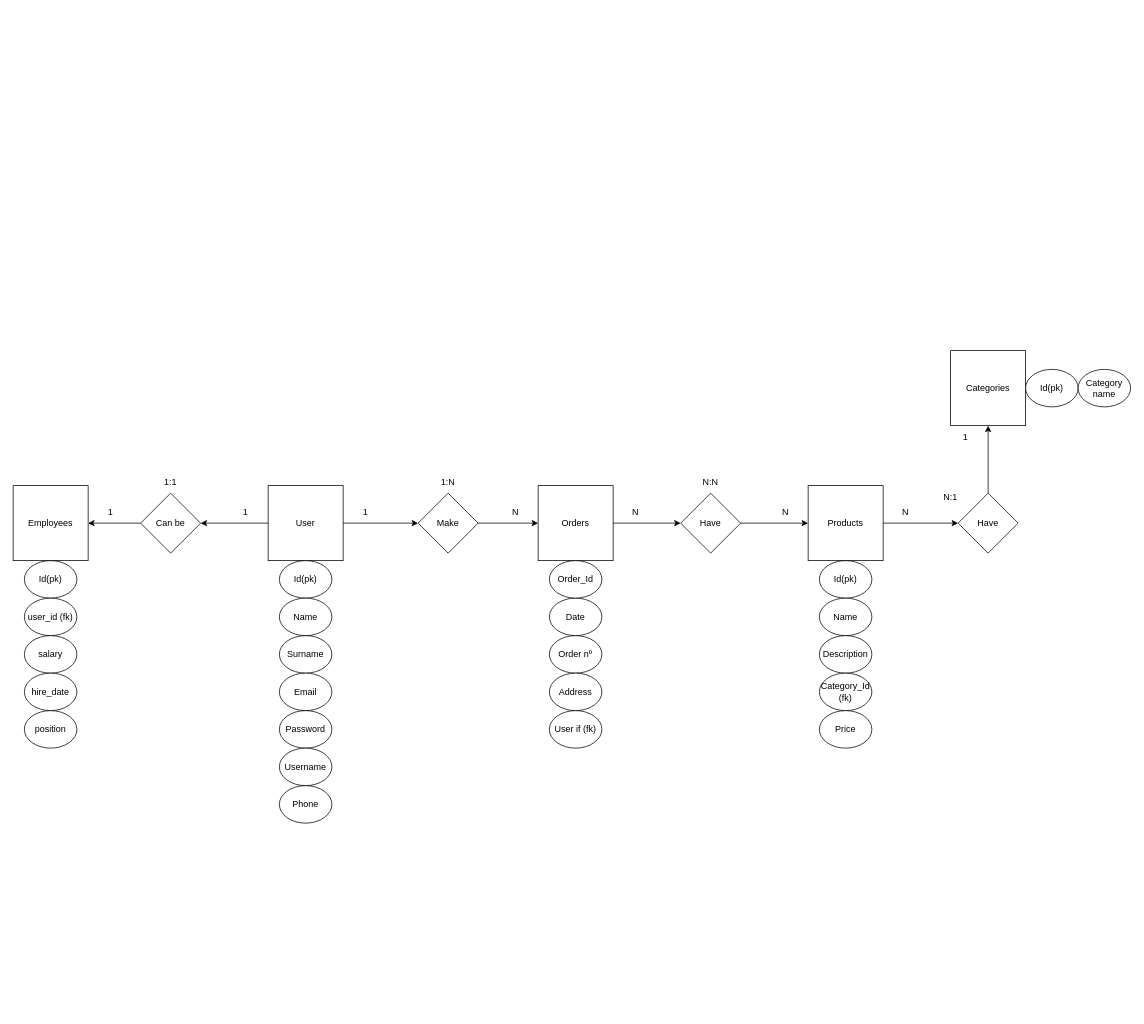
Earlier version of the draw.io diagram page "Página-1" (2 of 2) of modelo_DDBB.drawio (Rakions/proyecto-final). Source tidied: cells renumbered, new cells numbered last; positions are measured from the earlier drawing's top-left corner, leaving out a move shared by most shapes. Both pictures are drawn from the tidied source at 75%, with x=0, y=0 at pixel (13, 350).
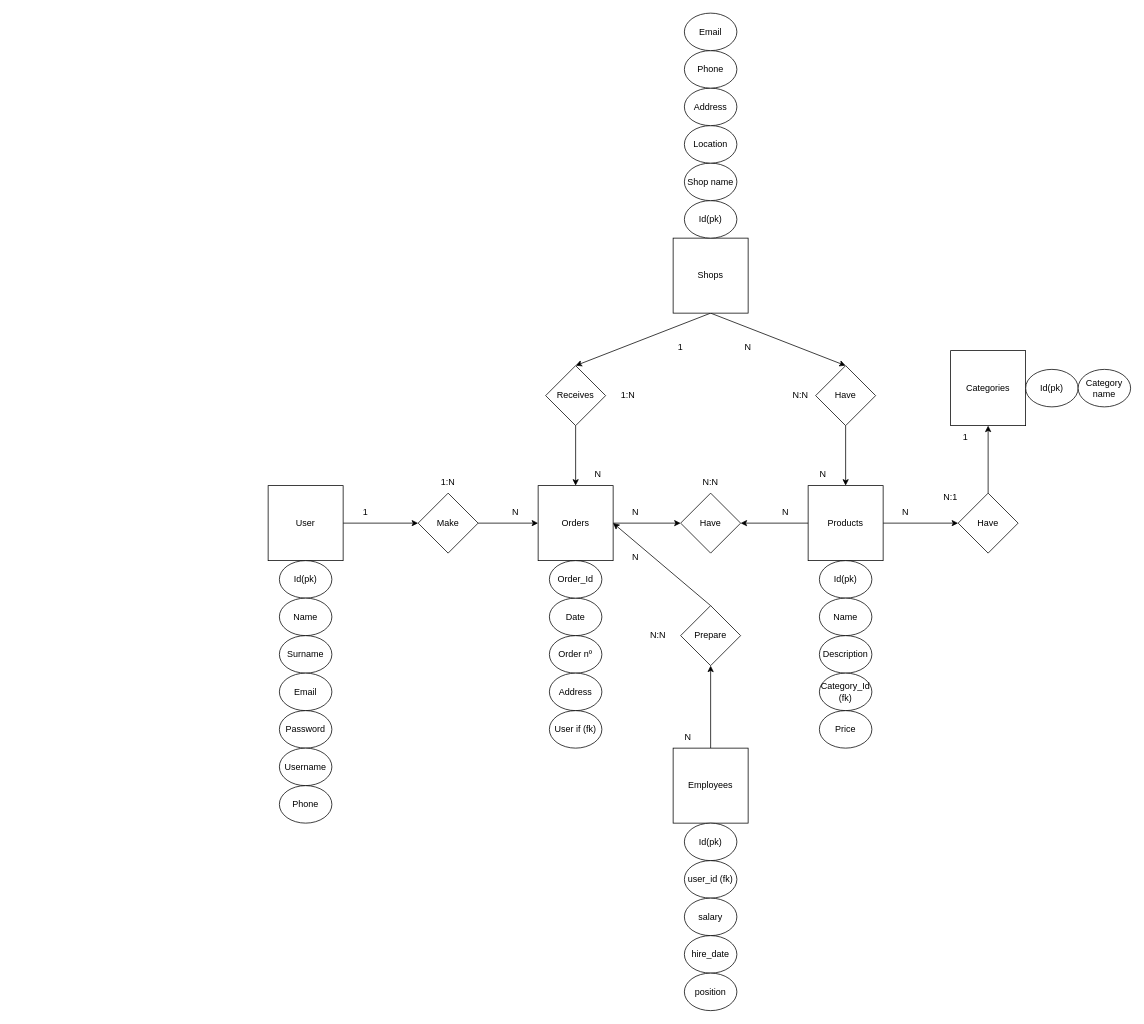
Above is the later version.

The change refers to these unchanged cells:
```xml
<mxCell id="4" value="User" style="whiteSpace=wrap;html=1;" parent="1" vertex="1">
  <mxGeometry x="340" y="180" width="100" height="100" as="geometry" />
</mxCell>
<mxCell id="13" value="Have" style="rhombus;whiteSpace=wrap;html=1;" parent="1" vertex="1">
  <mxGeometry x="890" y="190" width="80" height="80" as="geometry" />
</mxCell>
<mxCell id="15" value="Products" style="whiteSpace=wrap;html=1;" parent="1" vertex="1">
  <mxGeometry x="1060" y="180" width="100" height="100" as="geometry" />
</mxCell>
<mxCell id="31" value="Orders" style="whiteSpace=wrap;html=1;" parent="1" vertex="1">
  <mxGeometry x="700" y="180" width="100" height="100" as="geometry" />
</mxCell>
<mxCell id="47" value="N" style="text;html=1;strokeColor=none;fillColor=none;align=center;verticalAlign=middle;whiteSpace=wrap;rounded=0;" parent="1" vertex="1">
  <mxGeometry x="1000" y="200" width="60" height="30" as="geometry" />
</mxCell>
```

What changed in the source:
```diff
@@
-    <mxCell id="3" style="edgeStyle=none;html=1;exitX=0;exitY=0.5;exitDx=0;exitDy=0;entryX=1;entryY=0.5;entryDx=0;entryDy=0;" parent="1" edge="1" source="4" target="36">
-      <mxGeometry relative="1" as="geometry" />
-    </mxCell>
@@
-    <mxCell id="12" style="edgeStyle=none;html=1;exitX=1;exitY=0.5;exitDx=0;exitDy=0;entryX=0;entryY=0.5;entryDx=0;entryDy=0;" parent="1" edge="1" source="13" target="15">
-      <mxGeometry relative="1" as="geometry" />
-    </mxCell>
@@
-    <mxCell id="35" style="edgeStyle=none;html=1;exitX=0;exitY=0.5;exitDx=0;exitDy=0;entryX=1;entryY=0.5;entryDx=0;entryDy=0;" parent="1" edge="1" source="36" target="37">
-      <mxGeometry relative="1" as="geometry" />
-    </mxCell>
-    <mxCell id="36" value="Can be" style="rhombus;whiteSpace=wrap;html=1;" parent="1" vertex="1">
-      <mxGeometry x="170" y="190" width="80" height="80" as="geometry" />
-    </mxCell>
+    <mxCell id="55" style="edgeStyle=none;html=1;exitX=0.5;exitY=0;exitDx=0;exitDy=0;entryX=0.5;entryY=1;entryDx=0;entryDy=0;" parent="1" edge="1" source="37" target="58">
+      <mxGeometry relative="1" as="geometry" />
+    </mxCell>
     <mxCell id="37" value="Employees" style="whiteSpace=wrap;html=1;" parent="1" vertex="1">
-      <mxGeometry y="180" width="100" height="100" as="geometry" />
+      <mxGeometry x="880" y="530" width="100" height="100" as="geometry" />
     </mxCell>
     <mxCell id="38" value="Id(pk)" style="ellipse;whiteSpace=wrap;html=1;" parent="1" vertex="1">
-      <mxGeometry x="15" y="280" width="70" height="50" as="geometry" />
+      <mxGeometry x="895" y="630" width="70" height="50" as="geometry" />
     </mxCell>
     <mxCell id="39" value="user_id (fk)" style="ellipse;whiteSpace=wrap;html=1;" parent="1" vertex="1">
-      <mxGeometry x="15" y="330" width="70" height="50" as="geometry" />
+      <mxGeometry x="895" y="680" width="70" height="50" as="geometry" />
     </mxCell>
     <mxCell id="40" value="salary" style="ellipse;whiteSpace=wrap;html=1;" parent="1" vertex="1">
-      <mxGeometry x="15" y="380" width="70" height="50" as="geometry" />
+      <mxGeometry x="895" y="730" width="70" height="50" as="geometry" />
     </mxCell>
     <mxCell id="41" value="hire_date" style="ellipse;whiteSpace=wrap;html=1;" parent="1" vertex="1">
-      <mxGeometry x="15" y="430" width="70" height="50" as="geometry" />
+      <mxGeometry x="895" y="780" width="70" height="50" as="geometry" />
     </mxCell>
     <mxCell id="42" value="position" style="ellipse;whiteSpace=wrap;html=1;" parent="1" vertex="1">
-      <mxGeometry x="15" y="480" width="70" height="50" as="geometry" />
+      <mxGeometry x="895" y="830" width="70" height="50" as="geometry" />
     </mxCell>
-    <mxCell id="43" value="1" style="text;html=1;strokeColor=none;fillColor=none;align=center;verticalAlign=middle;whiteSpace=wrap;rounded=0;" parent="1" vertex="1">
-      <mxGeometry x="280" y="200" width="60" height="30" as="geometry" />
-    </mxCell>
-    <mxCell id="44" value="1" style="text;html=1;strokeColor=none;fillColor=none;align=center;verticalAlign=middle;whiteSpace=wrap;rounded=0;" parent="1" vertex="1">
-      <mxGeometry x="100" y="200" width="60" height="30" as="geometry" />
-    </mxCell>
@@
+    <mxCell id="56" style="edgeStyle=none;html=1;exitX=1;exitY=1;exitDx=0;exitDy=0;entryX=1;entryY=0.5;entryDx=0;entryDy=0;" parent="1" edge="1" source="47" target="13">
+      <mxGeometry relative="1" as="geometry" />
+    </mxCell>
@@
-    <mxCell id="54" value="1:1" style="text;html=1;strokeColor=none;fillColor=none;align=center;verticalAlign=middle;whiteSpace=wrap;rounded=0;" parent="1" vertex="1">
-      <mxGeometry x="180" y="160" width="60" height="30" as="geometry" />
-    </mxCell>
+    <mxCell id="57" style="edgeStyle=none;html=1;exitX=0.5;exitY=0;exitDx=0;exitDy=0;entryX=1;entryY=0.5;entryDx=0;entryDy=0;" parent="1" edge="1" source="58" target="31">
+      <mxGeometry relative="1" as="geometry" />
+    </mxCell>
+    <mxCell id="58" value="Prepare" style="rhombus;whiteSpace=wrap;html=1;" parent="1" vertex="1">
+      <mxGeometry x="890" y="340" width="80" height="80" as="geometry" />
+    </mxCell>
+    <mxCell id="59" value="N" style="text;html=1;strokeColor=none;fillColor=none;align=center;verticalAlign=middle;whiteSpace=wrap;rounded=0;" parent="1" vertex="1">
+      <mxGeometry x="870" y="500" width="60" height="30" as="geometry" />
+    </mxCell>
+    <mxCell id="60" value="N" style="text;html=1;strokeColor=none;fillColor=none;align=center;verticalAlign=middle;whiteSpace=wrap;rounded=0;" parent="1" vertex="1">
+      <mxGeometry x="800" y="260" width="60" height="30" as="geometry" />
+    </mxCell>
+    <mxCell id="61" value="N:N" style="text;html=1;strokeColor=none;fillColor=none;align=center;verticalAlign=middle;whiteSpace=wrap;rounded=0;" parent="1" vertex="1">
+      <mxGeometry x="830" y="365" width="60" height="30" as="geometry" />
+    </mxCell>
+    <mxCell id="62" style="edgeStyle=none;html=1;exitX=0.5;exitY=1;exitDx=0;exitDy=0;entryX=0.5;entryY=0;entryDx=0;entryDy=0;" parent="1" edge="1" source="64" target="66">
+      <mxGeometry relative="1" as="geometry" />
+    </mxCell>
+    <mxCell id="63" style="edgeStyle=none;html=1;exitX=0.5;exitY=1;exitDx=0;exitDy=0;entryX=0.5;entryY=0;entryDx=0;entryDy=0;" parent="1" edge="1" source="64" target="68">
+      <mxGeometry relative="1" as="geometry" />
+    </mxCell>
+    <mxCell id="64" value="Shops" style="whiteSpace=wrap;html=1;" parent="1" vertex="1">
+      <mxGeometry x="880" y="-150" width="100" height="100" as="geometry" />
+    </mxCell>
+    <mxCell id="65" style="edgeStyle=none;html=1;exitX=0.5;exitY=1;exitDx=0;exitDy=0;entryX=0.5;entryY=0;entryDx=0;entryDy=0;" parent="1" edge="1" source="66" target="15">
+      <mxGeometry relative="1" as="geometry" />
+    </mxCell>
+    <mxCell id="66" value="Have" style="rhombus;whiteSpace=wrap;html=1;" parent="1" vertex="1">
+      <mxGeometry x="1070" y="20" width="80" height="80" as="geometry" />
+    </mxCell>
+    <mxCell id="67" style="edgeStyle=none;html=1;exitX=0.5;exitY=1;exitDx=0;exitDy=0;entryX=0.5;entryY=0;entryDx=0;entryDy=0;" parent="1" edge="1" source="68" target="31">
+      <mxGeometry relative="1" as="geometry" />
+    </mxCell>
+    <mxCell id="68" value="Receives" style="rhombus;whiteSpace=wrap;html=1;" parent="1" vertex="1">
+      <mxGeometry x="710" y="20" width="80" height="80" as="geometry" />
+    </mxCell>
+    <mxCell id="69" value="N:N" style="text;html=1;strokeColor=none;fillColor=none;align=center;verticalAlign=middle;whiteSpace=wrap;rounded=0;" parent="1" vertex="1">
+      <mxGeometry x="1020" y="45" width="60" height="30" as="geometry" />
+    </mxCell>
+    <mxCell id="70" value="N" style="text;html=1;strokeColor=none;fillColor=none;align=center;verticalAlign=middle;whiteSpace=wrap;rounded=0;" parent="1" vertex="1">
+      <mxGeometry x="950" y="-20" width="60" height="30" as="geometry" />
+    </mxCell>
+    <mxCell id="71" value="N" style="text;html=1;strokeColor=none;fillColor=none;align=center;verticalAlign=middle;whiteSpace=wrap;rounded=0;" parent="1" vertex="1">
+      <mxGeometry x="1050" y="150" width="60" height="30" as="geometry" />
+    </mxCell>
+    <mxCell id="72" value="N" style="text;html=1;strokeColor=none;fillColor=none;align=center;verticalAlign=middle;whiteSpace=wrap;rounded=0;" parent="1" vertex="1">
+      <mxGeometry x="750" y="150" width="60" height="30" as="geometry" />
+    </mxCell>
+    <mxCell id="73" value="1" style="text;html=1;strokeColor=none;fillColor=none;align=center;verticalAlign=middle;whiteSpace=wrap;rounded=0;" parent="1" vertex="1">
+      <mxGeometry x="860" y="-20" width="60" height="30" as="geometry" />
+    </mxCell>
+    <mxCell id="74" value="1:N" style="text;html=1;strokeColor=none;fillColor=none;align=center;verticalAlign=middle;whiteSpace=wrap;rounded=0;" parent="1" vertex="1">
+      <mxGeometry x="790" y="45" width="60" height="30" as="geometry" />
+    </mxCell>
+    <mxCell id="75" value="Id(pk)" style="ellipse;whiteSpace=wrap;html=1;" parent="1" vertex="1">
+      <mxGeometry x="895" y="-200" width="70" height="50" as="geometry" />
+    </mxCell>
+    <mxCell id="76" value="Shop name" style="ellipse;whiteSpace=wrap;html=1;" parent="1" vertex="1">
+      <mxGeometry x="895" y="-250" width="70" height="50" as="geometry" />
+    </mxCell>
+    <mxCell id="77" value="Location" style="ellipse;whiteSpace=wrap;html=1;" parent="1" vertex="1">
+      <mxGeometry x="895" y="-300" width="70" height="50" as="geometry" />
+    </mxCell>
+    <mxCell id="78" value="Address" style="ellipse;whiteSpace=wrap;html=1;" parent="1" vertex="1">
+      <mxGeometry x="895" y="-350" width="70" height="50" as="geometry" />
+    </mxCell>
+    <mxCell id="79" value="Phone" style="ellipse;whiteSpace=wrap;html=1;" parent="1" vertex="1">
+      <mxGeometry x="895" y="-400" width="70" height="50" as="geometry" />
+    </mxCell>
+    <mxCell id="80" value="Email" style="ellipse;whiteSpace=wrap;html=1;" parent="1" vertex="1">
+      <mxGeometry x="895" y="-450" width="70" height="50" as="geometry" />
+    </mxCell>
```
